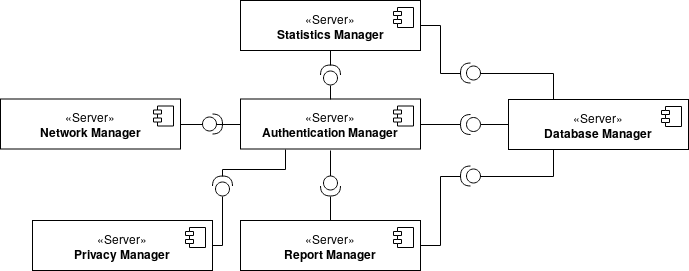
Earlier version of the draw.io export DD/img/component_diagrams/server_component.png (dariomiceli3/SafeStreet). Source tidied: cells renumbered, new cells last; positions are measured from the earlier drawing's top-left corner, leaving out a move shared by most shapes.
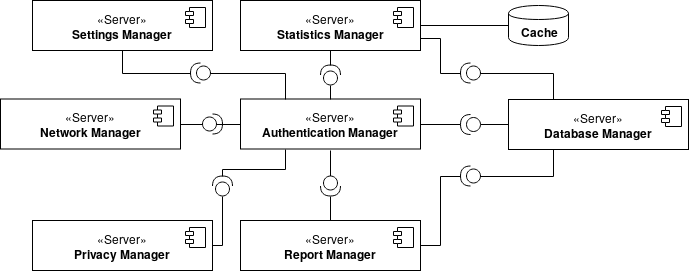
The same diagram one commit later.

Commit message:
component interface, final fix

What changed in the source:
```diff
@@ -2,6 +2,9 @@
   <root>
     <mxCell id="0" />
     <mxCell id="1" parent="0" />
+    <mxCell id="35" style="edgeStyle=orthogonalEdgeStyle;rounded=0;jettySize=auto;html=1;exitX=1;exitY=0.5;exitDx=0;exitDy=0;endArrow=none;endFill=0;" parent="1" edge="1" source="2" target="41">
+      <mxGeometry relative="1" as="geometry" />
+    </mxCell>
     <mxCell id="2" value="«Server»&lt;br&gt;&lt;b&gt;Statistics Manager&lt;br&gt;&lt;/b&gt;" style="html=1;" parent="1" vertex="1">
       <mxGeometry x="240" width="180" height="50" as="geometry" />
     </mxCell>
@@ -56,7 +59,7 @@
         <mxPoint x="-27" y="7" as="offset" />
       </mxGeometry>
     </mxCell>
-    <mxCell id="16" style="edgeStyle=orthogonalEdgeStyle;rounded=0;jettySize=auto;html=1;exitX=1;exitY=0.5;exitDx=0;exitDy=0;exitPerimeter=0;entryX=1;entryY=0.5;entryDx=0;entryDy=0;endArrow=none;endFill=0;" parent="1" edge="1" source="18" target="2">
+    <mxCell id="16" style="edgeStyle=orthogonalEdgeStyle;rounded=0;jettySize=auto;html=1;exitX=1;exitY=0.5;exitDx=0;exitDy=0;exitPerimeter=0;entryX=1;entryY=0.75;entryDx=0;entryDy=0;endArrow=none;endFill=0;" parent="1" edge="1" source="18" target="2">
       <mxGeometry relative="1" as="geometry" />
     </mxCell>
     <mxCell id="17" style="edgeStyle=orthogonalEdgeStyle;rounded=0;jettySize=auto;html=1;exitX=0;exitY=0.5;exitDx=0;exitDy=0;exitPerimeter=0;entryX=0.25;entryY=0;entryDx=0;entryDy=0;endArrow=none;endFill=0;" parent="1" edge="1" source="18" target="5">
@@ -123,5 +126,25 @@
     <mxCell id="34" style="shape=providedRequiredInterface;html=1;verticalLabelPosition=bottom;direction=north;" parent="1" vertex="1">
       <mxGeometry x="320" y="64.5" width="20" height="20" as="geometry" />
     </mxCell>
+    <mxCell id="36" value="«Server»&lt;br&gt;&lt;b&gt;Settings Manager&lt;br&gt;&lt;/b&gt;" style="html=1;" parent="1" vertex="1">
+      <mxGeometry x="32" width="180" height="50" as="geometry" />
+    </mxCell>
+    <mxCell id="37" style="shape=component;jettyWidth=8;jettyHeight=4;" parent="36" vertex="1">
+      <mxGeometry x="1" width="20" height="20" relative="1" as="geometry">
+        <mxPoint x="-27" y="7" as="offset" />
+      </mxGeometry>
+    </mxCell>
+    <mxCell id="38" style="edgeStyle=orthogonalEdgeStyle;rounded=0;jettySize=auto;html=1;exitX=1;exitY=0.5;exitDx=0;exitDy=0;exitPerimeter=0;entryX=0.5;entryY=1;entryDx=0;entryDy=0;endArrow=none;endFill=0;" parent="1" edge="1" source="40" target="36">
+      <mxGeometry relative="1" as="geometry" />
+    </mxCell>
+    <mxCell id="39" style="edgeStyle=orthogonalEdgeStyle;rounded=0;jettySize=auto;html=1;exitX=0;exitY=0.5;exitDx=0;exitDy=0;exitPerimeter=0;entryX=0.25;entryY=0;entryDx=0;entryDy=0;endArrow=none;endFill=0;" parent="1" edge="1" source="40" target="14">
+      <mxGeometry relative="1" as="geometry" />
+    </mxCell>
+    <mxCell id="40" style="shape=providedRequiredInterface;html=1;verticalLabelPosition=bottom;direction=west;" parent="1" vertex="1">
+      <mxGeometry x="190" y="62.5" width="20" height="20" as="geometry" />
+    </mxCell>
+    <mxCell id="41" value="&lt;b&gt;Cache&lt;/b&gt;" style="shape=cylinder;whiteSpace=wrap;html=1;boundedLbl=1;backgroundOutline=1;" parent="1" vertex="1">
+      <mxGeometry x="508" y="5" width="60" height="40" as="geometry" />
+    </mxCell>
   </root>
 </mxGraphModel>
```
